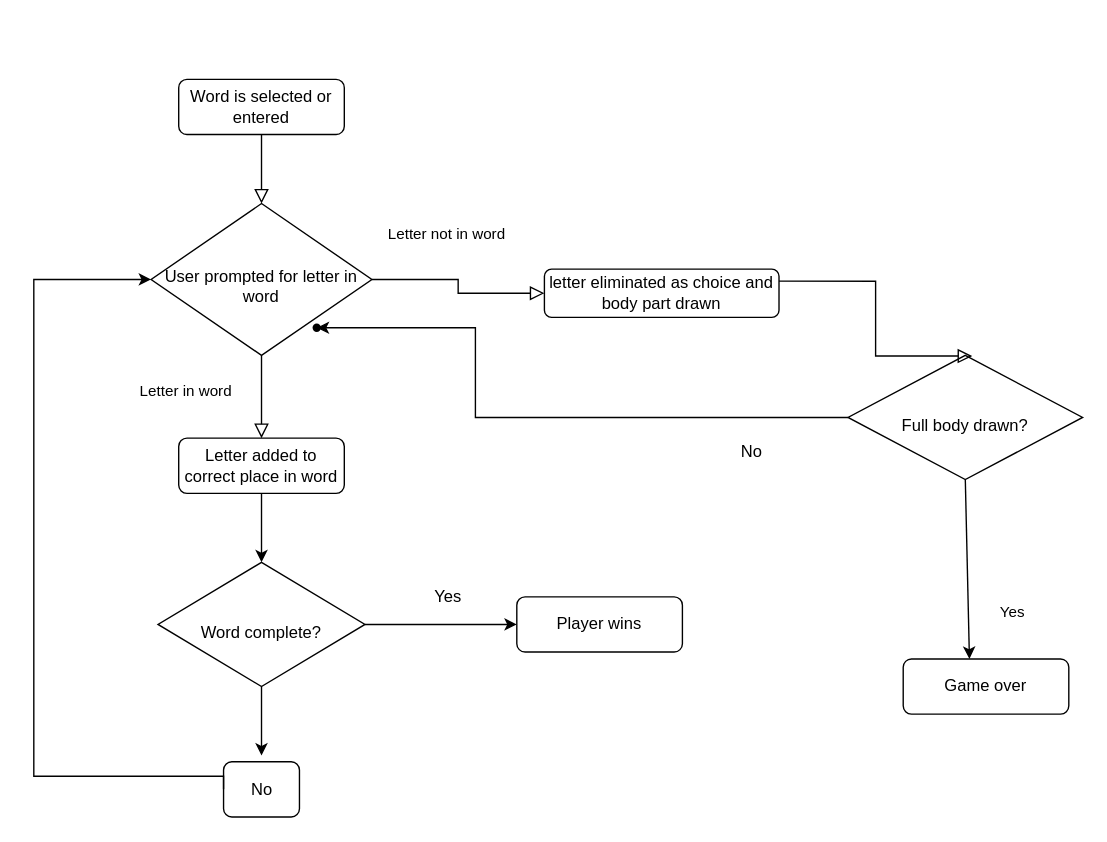
Above: day7/Python100 Day 7 Hangman.drawio in DWBergstrom/python100 (draw.io), before the change. Source tidied: cells renumbered, new cells numbered last; positions are measured from the earlier drawing's top-left corner, leaving out a move shared by most shapes. Both pictures are drawn from the tidied source at 138%, with x=0, y=0 at pixel (33, 79).
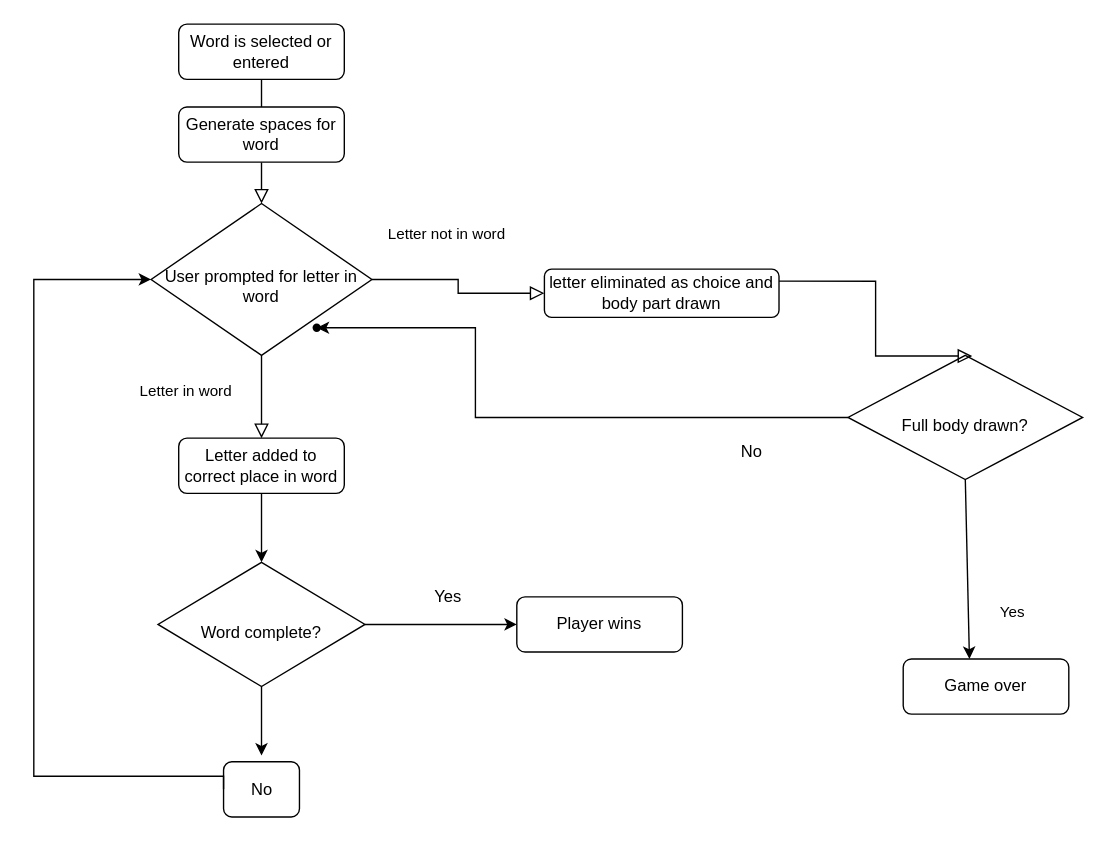
The same diagram, later.

Unchanged cells that the change refers to:
```xml
<mxCell id="6" value="&lt;br&gt;User prompted for letter in word" style="rhombus;whiteSpace=wrap;html=1;shadow=0;fontFamily=Helvetica;fontSize=12;align=center;strokeWidth=1;spacing=6;spacingTop=-4;" parent="1" vertex="1">
  <mxGeometry x="85" y="90" width="160" height="110" as="geometry" />
</mxCell>
```

Diff of the diagram source:
```diff
@@
-    <mxCell id="2" style="rounded=0;html=1;jettySize=auto;fontSize=11;endArrow=block;endFill=0;endSize=8;strokeWidth=1;shadow=0;labelBackgroundColor=none;edgeStyle=orthogonalEdgeStyle;" parent="1" edge="1" source="3" target="6">
+    <mxCell id="2" style="rounded=0;html=1;jettySize=auto;fontSize=11;endArrow=block;endFill=0;endSize=8;strokeWidth=1;shadow=0;labelBackgroundColor=none;edgeStyle=orthogonalEdgeStyle;startArrow=none;" parent="1" edge="1" source="24" target="6">
       <mxGeometry relative="1" as="geometry" />
     </mxCell>
     <mxCell id="3" value="Word is selected or entered" style="rounded=1;whiteSpace=wrap;html=1;fontSize=12;glass=0;strokeWidth=1;shadow=0;" parent="1" vertex="1">
-      <mxGeometry x="105" width="120" height="40" as="geometry" />
+      <mxGeometry x="105" y="-40" width="120" height="40" as="geometry" />
     </mxCell>
@@
+    <mxCell id="24" value="Generate spaces for word" style="rounded=1;whiteSpace=wrap;html=1;fontSize=12;glass=0;strokeWidth=1;shadow=0;" parent="1" vertex="1">
+      <mxGeometry x="105" y="20" width="120" height="40" as="geometry" />
+    </mxCell>
+    <mxCell id="25" style="rounded=0;html=1;jettySize=auto;fontSize=11;endArrow=none;endFill=0;endSize=8;strokeWidth=1;shadow=0;labelBackgroundColor=none;edgeStyle=orthogonalEdgeStyle;" parent="1" edge="1" source="3" target="24">
+      <mxGeometry relative="1" as="geometry" />
+    </mxCell>
```
